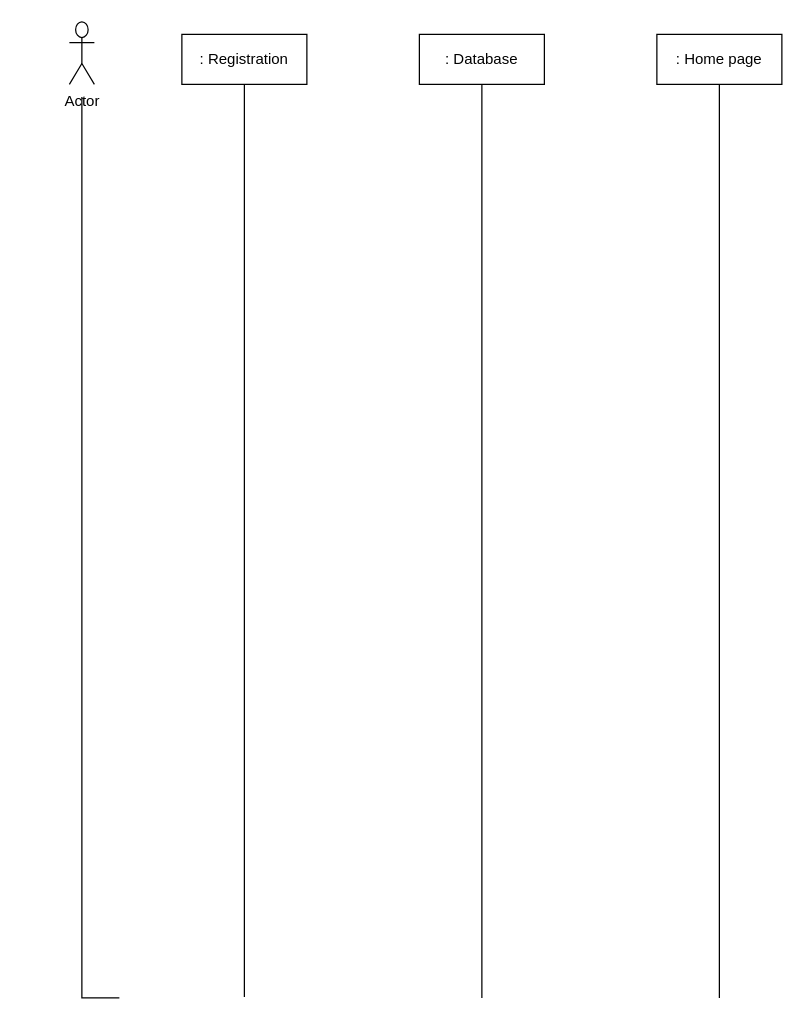
Before: register.drawio in FaizAnuar/ashisu, a draw.io diagram. Source tidied: cells renumbered, new cells numbered last; positions are measured from the earlier drawing's top-left corner, leaving out a move shared by most shapes. Both pictures are drawn from the tidied source at 125%, with x=0, y=0 at pixel (69, 21).
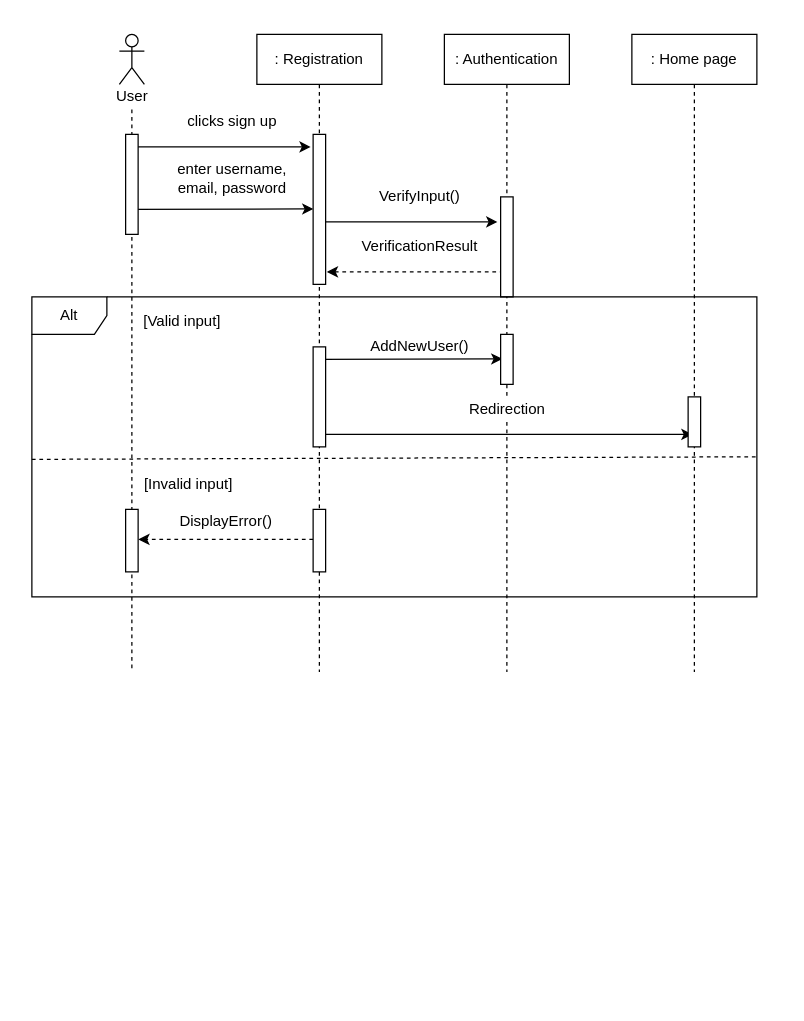
The same page after the edit.

What changed in the source:
```diff
@@
-    <mxCell id="2" style="edgeStyle=orthogonalEdgeStyle;rounded=0;orthogonalLoop=1;jettySize=auto;html=1;endArrow=none;endFill=0;" parent="1" edge="1">
+    <mxCell id="2" style="edgeStyle=orthogonalEdgeStyle;rounded=0;jettySize=auto;html=1;endArrow=none;endFill=0;dashed=1;" parent="1" edge="1" source="36">
       <mxGeometry relative="1" as="geometry">
-        <mxPoint x="10" y="60" as="sourcePoint" />
-        <mxPoint x="40" y="780.8" as="targetPoint" />
-        <Array as="points">
-          <mxPoint x="10" y="781" />
-        </Array>
+        <mxPoint x="50" y="520" as="targetPoint" />
       </mxGeometry>
     </mxCell>
-    <mxCell id="3" value="Actor" style="shape=umlActor;verticalLabelPosition=bottom;verticalAlign=top;html=1;" parent="1" vertex="1">
-      <mxGeometry width="20" height="50" as="geometry" />
+    <mxCell id="3" style="shape=umlActor;verticalLabelPosition=bottom;verticalAlign=top;html=1;" parent="1" vertex="1">
+      <mxGeometry x="40" y="10" width="20" height="40" as="geometry" />
     </mxCell>
-    <mxCell id="4" style="edgeStyle=orthogonalEdgeStyle;rounded=0;jettySize=auto;html=1;endArrow=none;endFill=0;" parent="1" edge="1" source="5">
+    <mxCell id="4" style="edgeStyle=orthogonalEdgeStyle;rounded=0;jettySize=auto;html=1;endArrow=none;endFill=0;dashed=1;" parent="1" edge="1" source="5">
       <mxGeometry relative="1" as="geometry">
-        <mxPoint x="140" y="780" as="targetPoint" />
+        <mxPoint x="200" y="520" as="targetPoint" />
       </mxGeometry>
     </mxCell>
     <mxCell id="5" value=": Registration" style="rounded=0;whiteSpace=wrap;html=1;" parent="1" vertex="1">
-      <mxGeometry x="90" y="10" width="100" height="40" as="geometry" />
+      <mxGeometry x="150" y="10" width="100" height="40" as="geometry" />
     </mxCell>
-    <mxCell id="6" style="edgeStyle=orthogonalEdgeStyle;rounded=0;jettySize=auto;html=1;endArrow=none;endFill=0;" parent="1" edge="1" source="7">
+    <mxCell id="6" style="edgeStyle=orthogonalEdgeStyle;rounded=0;jettySize=auto;html=1;endArrow=none;endFill=0;dashed=1;" parent="1" edge="1" source="7">
       <mxGeometry relative="1" as="geometry">
-        <mxPoint x="520" y="780.8" as="targetPoint" />
+        <mxPoint x="500" y="520" as="targetPoint" />
+        <Array as="points">
+          <mxPoint x="500" y="510" />
+          <mxPoint x="500" y="510" />
+        </Array>
       </mxGeometry>
     </mxCell>
     <mxCell id="7" value=": Home page" style="rounded=0;whiteSpace=wrap;html=1;" parent="1" vertex="1">
-      <mxGeometry x="470" y="10" width="100" height="40" as="geometry" />
+      <mxGeometry x="450" y="10" width="100" height="40" as="geometry" />
     </mxCell>
-    <mxCell id="8" style="edgeStyle=orthogonalEdgeStyle;rounded=0;jettySize=auto;html=1;endArrow=none;endFill=0;" parent="1" edge="1" source="9">
+    <mxCell id="8" style="edgeStyle=orthogonalEdgeStyle;rounded=0;jettySize=auto;html=1;endArrow=none;endFill=0;dashed=1;" parent="1" edge="1" source="9">
       <mxGeometry relative="1" as="geometry">
-        <mxPoint x="330" y="780.8" as="targetPoint" />
+        <mxPoint x="350" y="520" as="targetPoint" />
       </mxGeometry>
     </mxCell>
-    <mxCell id="9" value=": Database" style="rounded=0;whiteSpace=wrap;html=1;" parent="1" vertex="1">
-      <mxGeometry x="280" y="10" width="100" height="40" as="geometry" />
+    <mxCell id="9" value=": Authentication" style="rounded=0;whiteSpace=wrap;html=1;" parent="1" vertex="1">
+      <mxGeometry x="300" y="10" width="100" height="40" as="geometry" />
     </mxCell>
+    <mxCell id="10" style="endArrow=classic;html=1;" parent="1" edge="1">
+      <mxGeometry relative="1" as="geometry">
+        <mxPoint x="50" y="100" as="sourcePoint" />
+        <mxPoint x="193" y="100" as="targetPoint" />
+      </mxGeometry>
+    </mxCell>
+    <mxCell id="11" style="endArrow=classic;html=1;entryX=0.02;entryY=0.497;entryDx=0;entryDy=0;entryPerimeter=0;" parent="1" edge="1" target="24">
+      <mxGeometry relative="1" as="geometry">
+        <mxPoint x="50" y="150" as="sourcePoint" />
+      </mxGeometry>
+    </mxCell>
+    <mxCell id="12" style="endArrow=none;html=1;startArrow=classic;startFill=1;endFill=0;dashed=1;" parent="1" edge="1">
+      <mxGeometry relative="1" as="geometry">
+        <mxPoint x="206" y="200" as="sourcePoint" />
+        <mxPoint x="350" y="200" as="targetPoint" />
+      </mxGeometry>
+    </mxCell>
+    <mxCell id="13" style="endArrow=classic;html=1;entryX=-0.26;entryY=0.25;entryDx=0;entryDy=0;entryPerimeter=0;" parent="1" edge="1" target="25">
+      <mxGeometry relative="1" as="geometry">
+        <mxPoint x="200" y="160" as="sourcePoint" />
+      </mxGeometry>
+    </mxCell>
+    <mxCell id="14" value="clicks sign up" style="text;html=1;align=center;verticalAlign=middle;strokeColor=none;" parent="1" vertex="1">
+      <mxGeometry x="85" y="70" width="90" height="20" as="geometry" />
+    </mxCell>
+    <mxCell id="15" value="enter username,&lt;br&gt;email, password" style="text;html=1;align=center;verticalAlign=middle;strokeColor=none;" parent="1" vertex="1">
+      <mxGeometry x="80" y="110" width="100" height="30" as="geometry" />
+    </mxCell>
+    <mxCell id="16" value="VerifyInput()" style="text;html=1;align=center;verticalAlign=middle;strokeColor=none;" parent="1" vertex="1">
+      <mxGeometry x="240" y="130" width="80" height="20" as="geometry" />
+    </mxCell>
+    <mxCell id="17" value="VerificationResult" style="text;html=1;align=center;verticalAlign=middle;strokeColor=none;" parent="1" vertex="1">
+      <mxGeometry x="225" y="170" width="110" height="20" as="geometry" />
+    </mxCell>
+    <mxCell id="18" style="endArrow=classic;html=1;entryX=0.14;entryY=0.49;entryDx=0;entryDy=0;entryPerimeter=0;" parent="1" edge="1" target="26">
+      <mxGeometry relative="1" as="geometry">
+        <mxPoint x="200" y="270" as="sourcePoint" />
+      </mxGeometry>
+    </mxCell>
+    <mxCell id="19" value="[Valid input]" style="text;html=1;align=center;verticalAlign=middle;strokeColor=none;" parent="1" vertex="1">
+      <mxGeometry x="50" y="230" width="80" height="20" as="geometry" />
+    </mxCell>
+    <mxCell id="20" value="AddNewUser()" style="text;html=1;align=center;verticalAlign=middle;strokeColor=none;" parent="1" vertex="1">
+      <mxGeometry x="235" y="250" width="90" height="20" as="geometry" />
+    </mxCell>
+    <mxCell id="21" style="endArrow=classic;html=1;" parent="1" edge="1">
+      <mxGeometry relative="1" as="geometry">
+        <mxPoint x="201.5" y="330" as="sourcePoint" />
+        <mxPoint x="498.5" y="330" as="targetPoint" />
+      </mxGeometry>
+    </mxCell>
+    <mxCell id="22" value="Redirection" style="text;html=1;align=center;verticalAlign=middle;fillColor=#ffffff;" parent="1" vertex="1">
+      <mxGeometry x="310" y="300" width="80" height="20" as="geometry" />
+    </mxCell>
+    <mxCell id="23" style="html=1;perimeter=orthogonalPerimeter;fillColor=#ffffff;" parent="1" vertex="1">
+      <mxGeometry x="45" y="90" width="10" height="80" as="geometry" />
+    </mxCell>
+    <mxCell id="24" style="html=1;points=[];perimeter=orthogonalPerimeter;fillColor=#ffffff;" parent="1" vertex="1">
+      <mxGeometry x="195" y="90" width="10" height="120" as="geometry" />
+    </mxCell>
+    <mxCell id="25" style="html=1;points=[];perimeter=orthogonalPerimeter;fillColor=#ffffff;" parent="1" vertex="1">
+      <mxGeometry x="345" y="140" width="10" height="80" as="geometry" />
+    </mxCell>
+    <mxCell id="26" style="html=1;points=[];perimeter=orthogonalPerimeter;fillColor=#ffffff;" parent="1" vertex="1">
+      <mxGeometry x="345" y="250" width="10" height="40" as="geometry" />
+    </mxCell>
+    <mxCell id="27" style="html=1;perimeter=orthogonalPerimeter;fillColor=#ffffff;" parent="1" vertex="1">
+      <mxGeometry x="195" y="260" width="10" height="80" as="geometry" />
+    </mxCell>
+    <mxCell id="28" style="html=1;perimeter=orthogonalPerimeter;fillColor=#ffffff;" parent="1" vertex="1">
+      <mxGeometry x="495" y="300" width="10" height="40" as="geometry" />
+    </mxCell>
+    <mxCell id="29" value="[Invalid input]" style="text;html=1;align=center;verticalAlign=middle;strokeColor=none;" parent="1" vertex="1">
+      <mxGeometry x="50" y="360" width="90" height="20" as="geometry" />
+    </mxCell>
+    <mxCell id="30" style="html=1;points=[];perimeter=orthogonalPerimeter;fillColor=#ffffff;" parent="1" vertex="1">
+      <mxGeometry x="45" y="390" width="10" height="50" as="geometry" />
+    </mxCell>
+    <mxCell id="31" style="edgeStyle=orthogonalEdgeStyle;rounded=0;jettySize=auto;html=1;startArrow=none;startFill=0;endArrow=classic;endFill=1;entryX=1.02;entryY=0.48;entryDx=0;entryDy=0;entryPerimeter=0;dashed=1;" parent="1" edge="1" source="32" target="30">
+      <mxGeometry relative="1" as="geometry">
+        <Array as="points">
+          <mxPoint x="110" y="414" />
+          <mxPoint x="110" y="414" />
+        </Array>
+      </mxGeometry>
+    </mxCell>
+    <mxCell id="32" style="html=1;points=[];perimeter=orthogonalPerimeter;fillColor=#ffffff;" parent="1" vertex="1">
+      <mxGeometry x="195" y="390" width="10" height="50" as="geometry" />
+    </mxCell>
+    <mxCell id="33" value="DisplayError()" style="text;html=1;align=center;verticalAlign=middle;strokeColor=none;" parent="1" vertex="1">
+      <mxGeometry x="80" y="390" width="90" height="20" as="geometry" />
+    </mxCell>
+    <mxCell id="34" style="endArrow=open;endFill=1;endSize=12;html=1;" parent="1" edge="1">
+      <mxGeometry relative="1" as="geometry">
+        <mxPoint x="-25" y="359.5" as="sourcePoint" />
+        <mxPoint x="-25" y="359.5" as="targetPoint" />
+      </mxGeometry>
+    </mxCell>
+    <mxCell id="35" style="endArrow=none;endFill=0;endSize=12;html=1;dashed=1;entryX=1.003;entryY=0.533;entryDx=0;entryDy=0;entryPerimeter=0;" parent="1" edge="1" target="37">
+      <mxGeometry relative="1" as="geometry">
+        <mxPoint x="-30" y="350" as="sourcePoint" />
+      </mxGeometry>
+    </mxCell>
+    <mxCell id="36" value="User" style="text;html=1;align=center;verticalAlign=middle;points=[];strokeColor=none;" parent="1" vertex="1">
+      <mxGeometry x="30" y="50" width="40" height="20" as="geometry" />
+    </mxCell>
+    <mxCell id="37" value="Alt" style="shape=umlFrame;whiteSpace=wrap;html=1;fillColor=#ffffff;" parent="1" vertex="1">
+      <mxGeometry x="-30" y="220" width="580" height="240" as="geometry" />
+    </mxCell>
```
